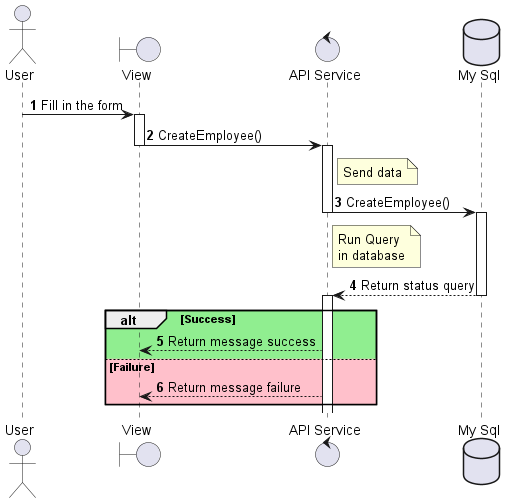
Fitranda/Diagram keeps this PlantUML diagram as out/sequenceDiagram_Employee_create/sequenceDiagram_Employee_create.png. Above is the earlier version.
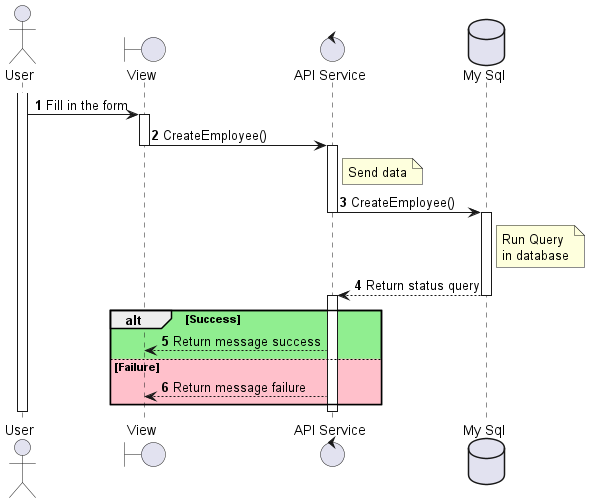
After the change.

What changed in the source:
```diff
@@ -5,15 +5,25 @@
 database "My Sql" as DB
 
 autonumber
-User -> View --++ : Fill in the form
-View -> APIService --++ : CreateEmployee()
+activate User
+User -> View : Fill in the form
+activate View
+View -> APIService : CreateEmployee()
+deactivate View
+activate APIService
 note right of APIService: Send data
-APIService -> DB --++ : CreateEmployee()
-note right of APIService: Run Query\nin database
-DB --> APIService --++ : Return status query
-alt #LightGreen  Success
-    APIService --> View  : Return message success
+APIService -> DB : CreateEmployee()
+deactivate APIService
+activate DB
+note right of DB: Run Query\nin database
+DB --> APIService : Return status query
+deactivate DB
+activate APIService
+alt #LightGreen Success
+    APIService --> View : Return message success
 else #Pink Failure
-    APIService --> View  : Return message failure
+    APIService --> View : Return message failure
 end
+deactivate APIService
+deactivate User
 @enduml
```
